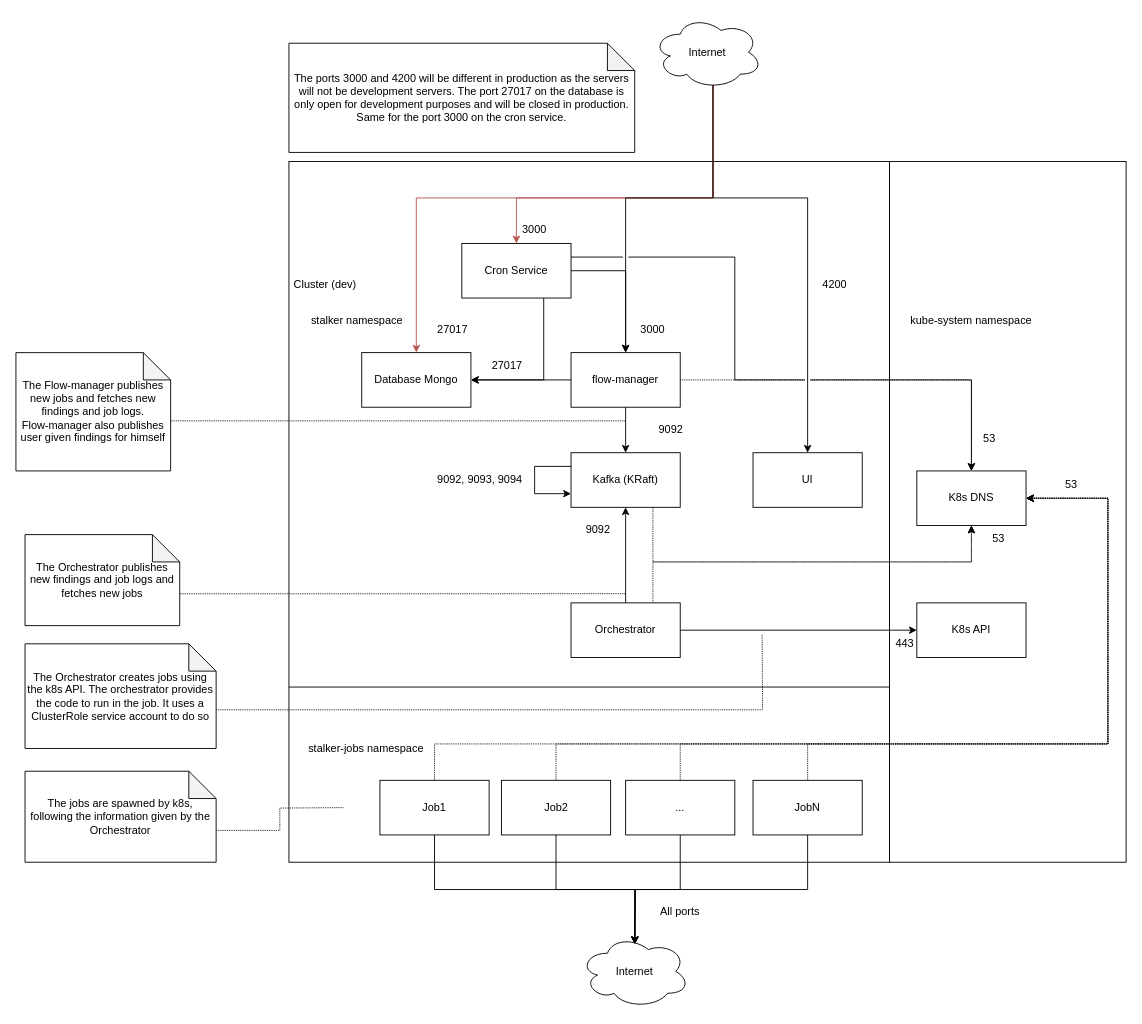
Earlier version of the draw.io diagram docs/dev_network_architecture.drawio.xml (red-kite-solutions/stalker). Source tidied: cells renumbered, new cells numbered last; positions are measured from the earlier drawing's top-left corner, leaving out a move shared by most shapes. Both pictures are drawn from the tidied source at 91%, with x=0, y=0 at pixel (15, 15).
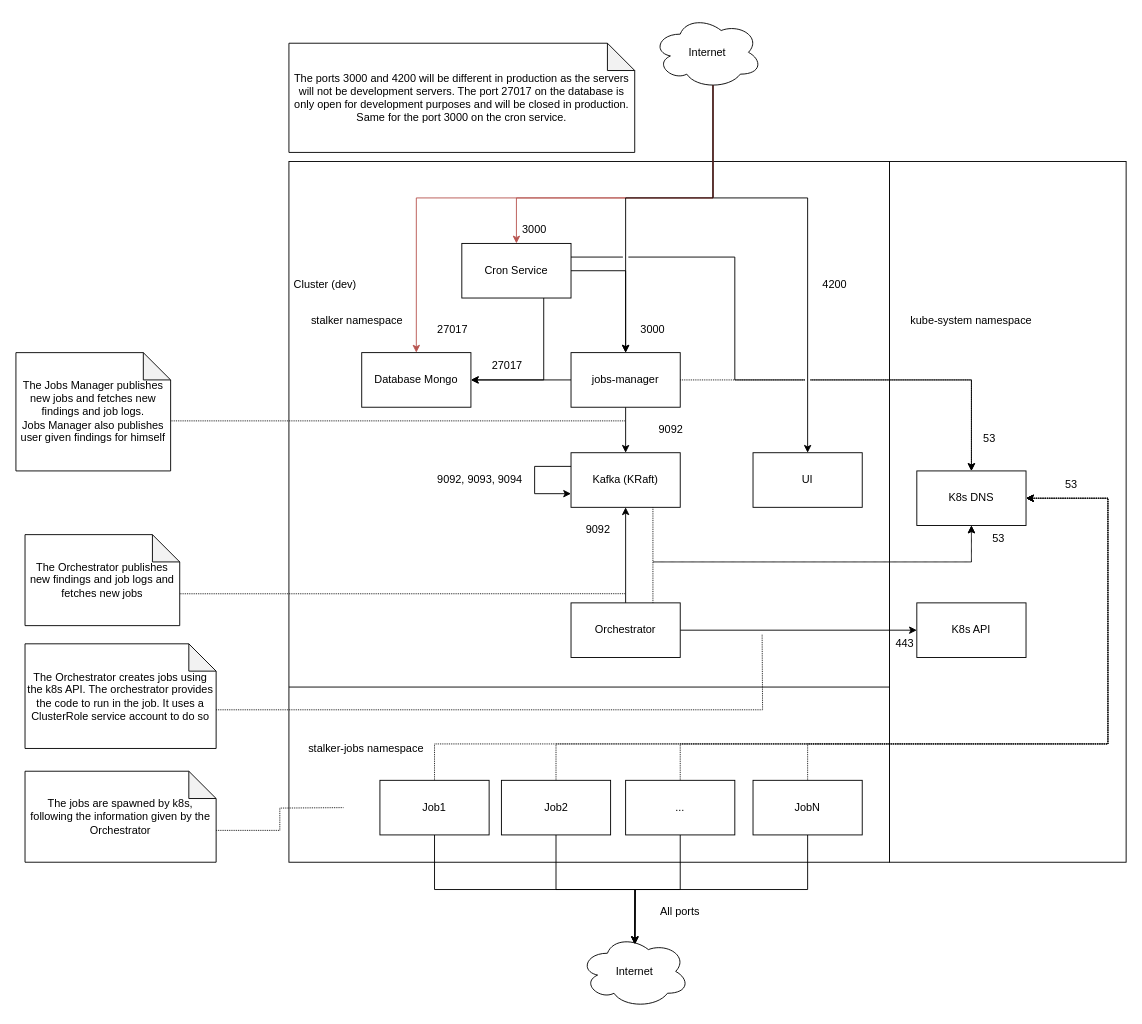
Above is the later version.

What changed in the source:
```diff
@@
-    <mxCell id="9" value="flow-manager" style="rounded=0;whiteSpace=wrap;html=1;" parent="1" vertex="1">
+    <mxCell id="9" value="jobs-manager" style="rounded=0;whiteSpace=wrap;html=1;" parent="1" vertex="1">
       <mxGeometry x="610" y="370" width="120" height="60" as="geometry" />
     </mxCell>
@@
-    <mxCell id="55" value="The Flow-manager publishes new jobs and fetches new findings and job logs.&lt;br&gt;Flow-manager also publishes user given findings for himself" style="shape=note;whiteSpace=wrap;html=1;backgroundOutline=1;darkOpacity=0.05;" parent="1" vertex="1">
+    <mxCell id="55" value="The Jobs Manager publishes new jobs and fetches new findings and job logs.&lt;br&gt;Jobs Manager also publishes user given findings for himself" style="shape=note;whiteSpace=wrap;html=1;backgroundOutline=1;darkOpacity=0.05;" parent="1" vertex="1">
       <mxGeometry y="370" width="170" height="130" as="geometry" />
     </mxCell>
```
